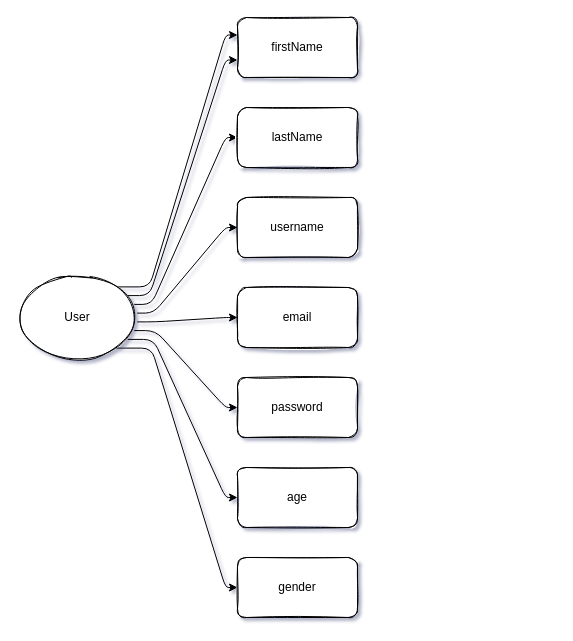
The draw.io diagram src/diagram/models/User.drawio in hsn0x/marketplace-express-typeorm-backend, before the edit. Source tidied: cells renumbered, new cells numbered last; positions are measured from the earlier drawing's top-left corner, leaving out a move shared by most shapes. Both pictures are drawn from the tidied source at 100%, with x=0, y=0 at pixel (17, 17).
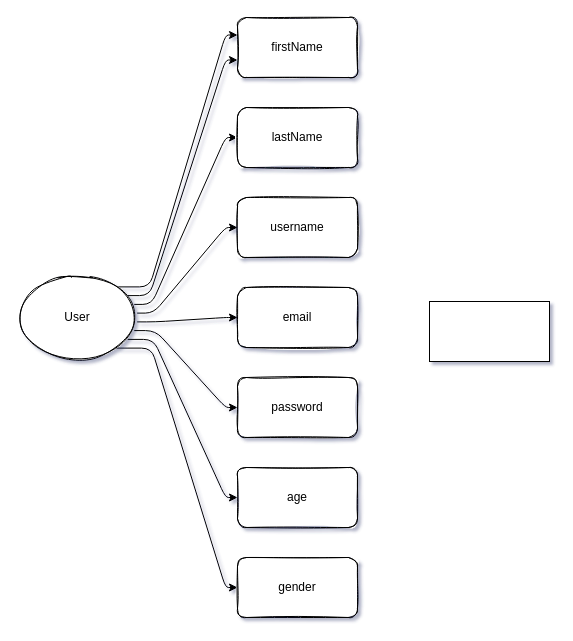
Above is the later version.

Diff of the diagram source:
```diff
@@
+    <mxCell id="18" style="whiteSpace=wrap;html=1;" parent="1" vertex="1">
+      <mxGeometry x="412" y="284" width="120" height="60" as="geometry" />
+    </mxCell>
```
